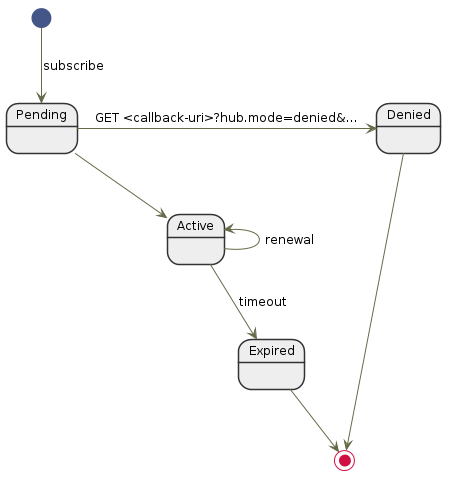
This is graphics/subscription.uml.png from owickstrom/websub, a PlantUML export, as it was before one commit.
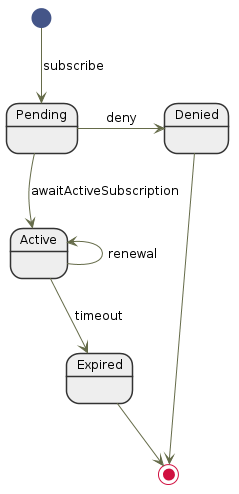
The same diagram one commit later.

Commit message:
Update states graphic

Change to the diagram source:
```diff
@@ -25,10 +25,10 @@
 state Expired
 
 [*] --> Pending : subscribe
-Pending -right-> Denied : GET <callback-uri>?hub.mode=denied&...
+Pending -right-> Denied : deny
 Denied --> [*]
 
-Pending -down-> Active
+Pending -down-> Active : awaitActiveSubscription
 
 Active -left-> Active : renewal
 Active --> Expired : timeout
```
